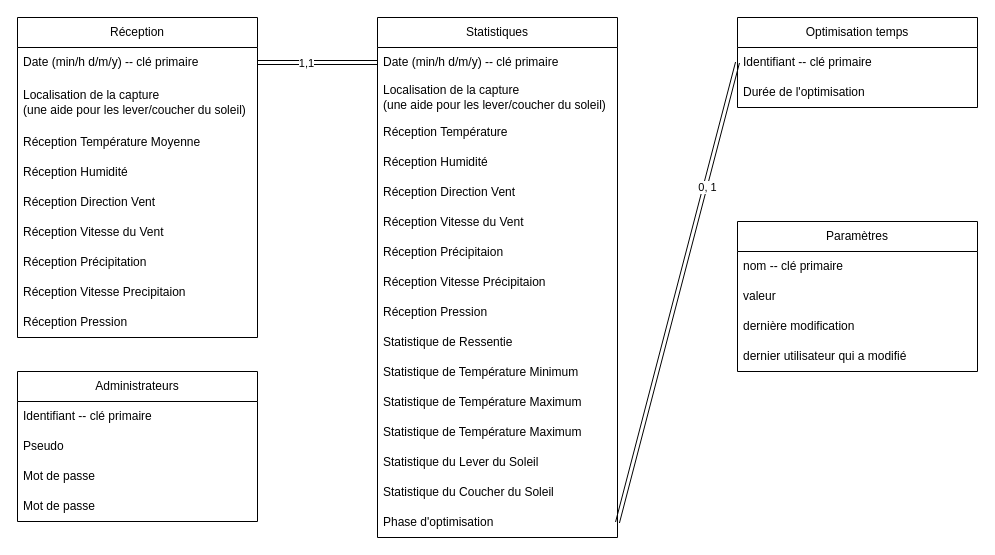
Before: resources/schema/v6MCD.drawio in Mathuww/Nika-Weather, a draw.io diagram. Source tidied: cells renumbered, new cells numbered last; positions are measured from the earlier drawing's top-left corner, leaving out a move shared by most shapes. Both pictures are drawn from the tidied source at 100%, with x=0, y=0 at pixel (17, 17).
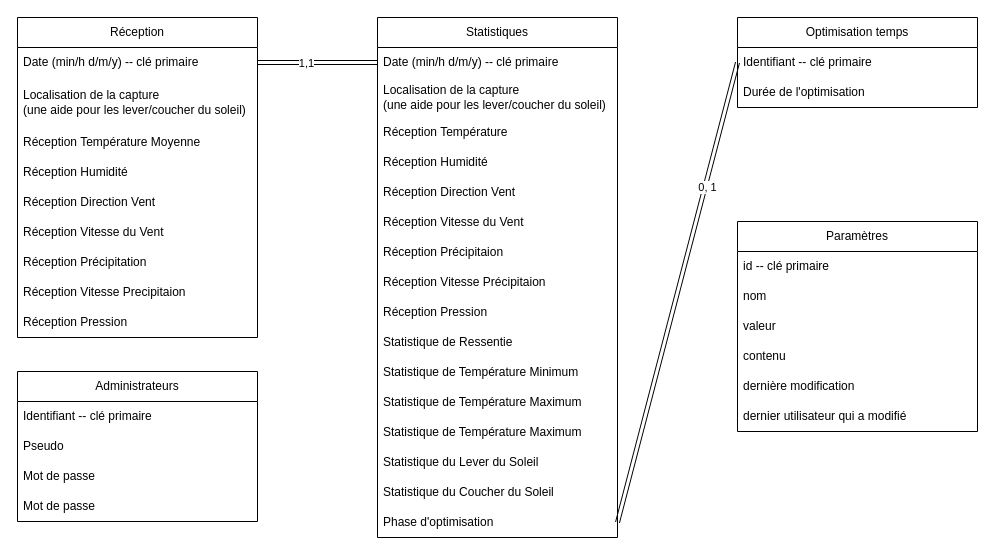
Above is the later version.

The edit, as a diff of the source:
```diff
@@
     <mxCell id="41" value="Paramètres" style="swimlane;fontStyle=0;horizontal=1;startSize=30;whiteSpace=wrap;html=1;" parent="1" vertex="1">
-      <mxGeometry x="720" y="204" width="240" height="150" as="geometry" />
+      <mxGeometry x="720" y="204" width="240" height="210" as="geometry" />
     </mxCell>
-    <mxCell id="42" value="nom -- clé primaire" style="text;strokeColor=none;fillColor=none;align=left;verticalAlign=middle;spacingLeft=4;spacingRight=4;overflow=hidden;whiteSpace=wrap;html=1;" parent="41" vertex="1">
+    <mxCell id="42" value="id -- clé primaire" style="text;strokeColor=none;fillColor=none;align=left;verticalAlign=middle;spacingLeft=4;spacingRight=4;overflow=hidden;whiteSpace=wrap;html=1;" parent="41" vertex="1">
       <mxGeometry y="30" width="240" height="30" as="geometry" />
     </mxCell>
+    <mxCell id="46" value="nom" style="text;strokeColor=none;fillColor=none;align=left;verticalAlign=middle;spacingLeft=4;spacingRight=4;overflow=hidden;whiteSpace=wrap;html=1;" parent="41" vertex="1">
+      <mxGeometry y="60" width="240" height="30" as="geometry" />
+    </mxCell>
     <mxCell id="43" value="valeur" style="text;strokeColor=none;fillColor=none;align=left;verticalAlign=middle;spacingLeft=4;spacingRight=4;overflow=hidden;whiteSpace=wrap;html=1;" parent="41" vertex="1">
-      <mxGeometry y="60" width="240" height="30" as="geometry" />
+      <mxGeometry y="90" width="240" height="30" as="geometry" />
     </mxCell>
+    <mxCell id="47" value="contenu" style="text;strokeColor=none;fillColor=none;align=left;verticalAlign=middle;spacingLeft=4;spacingRight=4;overflow=hidden;whiteSpace=wrap;html=1;" parent="41" vertex="1">
+      <mxGeometry y="120" width="240" height="30" as="geometry" />
+    </mxCell>
     <mxCell id="44" value="dernière modification" style="text;strokeColor=none;fillColor=none;align=left;verticalAlign=middle;spacingLeft=4;spacingRight=4;overflow=hidden;whiteSpace=wrap;html=1;" parent="41" vertex="1">
-      <mxGeometry y="90" width="240" height="30" as="geometry" />
+      <mxGeometry y="150" width="240" height="30" as="geometry" />
     </mxCell>
     <mxCell id="45" value="dernier utilisateur qui a modifié" style="text;strokeColor=none;fillColor=none;align=left;verticalAlign=middle;spacingLeft=4;spacingRight=4;overflow=hidden;whiteSpace=wrap;html=1;" parent="41" vertex="1">
-      <mxGeometry y="120" width="240" height="30" as="geometry" />
+      <mxGeometry y="180" width="240" height="30" as="geometry" />
     </mxCell>
```
